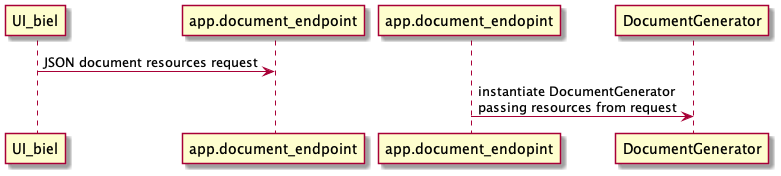
wkelly17/DOC keeps this PlantUML diagram as docs/wa_design_sequence_diagram1.png. Above is the earlier version.
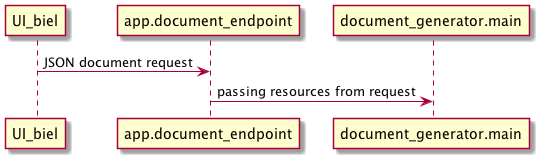
The same file after the commit.

What changed in the source:
```diff
@@ -1,4 +1,4 @@
 @startuml
-UI_biel -> app.document_endpoint: JSON document resources request
-app.document_endopint -> DocumentGenerator: instantiate DocumentGenerator\npassing resources from request
+UI_biel -> app.document_endpoint: JSON document request
+app.document_endpoint -> document_generator.main: passing resources from request
 @enduml
```
